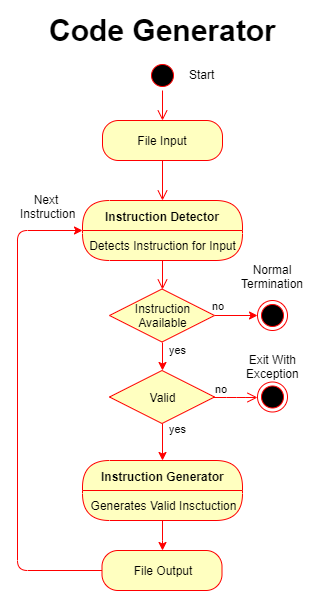
Before: Documentation/CodeGen-Flow.png, a diagram exported from draw.io (Coperh/CalculatorProject). Source tidied: cells renumbered, new cells last; positions are measured from the earlier drawing's top-left corner, leaving out a move shared by most shapes. The source it was exported from:
```xml
<mxGraphModel>
  <root>
    <mxCell id="0" />
    <mxCell id="1" parent="0" />
    <mxCell id="2" style="ellipse;html=1;shape=startState;fillColor=#000000;strokeColor=#ff0000;" parent="1" vertex="1">
      <mxGeometry x="135" y="50" width="30" height="30" as="geometry" />
    </mxCell>
    <mxCell id="3" style="edgeStyle=orthogonalEdgeStyle;html=1;verticalAlign=bottom;endArrow=open;endSize=8;strokeColor=#ff0000;" parent="1" edge="1" source="5">
      <mxGeometry relative="1" as="geometry">
        <mxPoint x="150" y="140" as="targetPoint" />
      </mxGeometry>
    </mxCell>
    <mxCell id="4" style="edgeStyle=orthogonalEdgeStyle;html=1;verticalAlign=bottom;endArrow=open;endSize=8;strokeColor=#ff0000;entryX=0.5;entryY=0;entryDx=0;entryDy=0;" parent="1" edge="1" source="5" target="7">
      <mxGeometry relative="1" as="geometry" />
    </mxCell>
    <mxCell id="5" value="File Input" style="rounded=1;whiteSpace=wrap;html=1;arcSize=40;fontColor=#000000;fillColor=#ffffc0;strokeColor=#ff0000;" parent="1" vertex="1">
      <mxGeometry x="90" y="110" width="120" height="40" as="geometry" />
    </mxCell>
    <mxCell id="6" style="edgeStyle=orthogonalEdgeStyle;html=1;verticalAlign=bottom;endArrow=open;endSize=8;strokeColor=#ff0000;" parent="1" edge="1" source="2" target="5">
      <mxGeometry relative="1" as="geometry" />
    </mxCell>
    <mxCell id="7" value="Instruction Detector" style="swimlane;html=1;fontStyle=1;align=center;verticalAlign=middle;horizontal=1;startSize=30;fontColor=#000000;rounded=1;arcSize=30;strokeColor=#ff0000;fillColor=#ffffc0;swimlaneFillColor=#ffffc0;" parent="1" vertex="1">
      <mxGeometry x="70" y="190" width="160" height="60" as="geometry" />
    </mxCell>
    <mxCell id="8" value="Detects Instruction for Input" style="text;html=1;strokeColor=none;fillColor=none;align=center;verticalAlign=middle;spacingLeft=4;spacingRight=4;whiteSpace=wrap;overflow=hidden;fontColor=#000000;" parent="7" vertex="1">
      <mxGeometry y="30" width="160" height="30" as="geometry" />
    </mxCell>
    <mxCell id="9" style="edgeStyle=orthogonalEdgeStyle;html=1;verticalAlign=bottom;endArrow=open;endSize=8;strokeColor=#ff0000;entryX=0.5;entryY=0;entryDx=0;entryDy=0;" parent="1" edge="1" source="7" target="17">
      <mxGeometry relative="1" as="geometry" />
    </mxCell>
    <mxCell id="10" value="yes" style="edgeStyle=orthogonalEdgeStyle;rounded=0;jettySize=auto;html=1;exitX=0.5;exitY=1;exitDx=0;exitDy=0;strokeColor=#FF0000;" parent="1" edge="1" source="11" target="13">
      <mxGeometry x="-0.75" y="15" relative="1" as="geometry" />
    </mxCell>
    <mxCell id="11" value="Valid" style="rhombus;whiteSpace=wrap;html=1;fillColor=#ffffc0;strokeColor=#ff0000;" parent="1" vertex="1">
      <mxGeometry x="97" y="360" width="105" height="53" as="geometry" />
    </mxCell>
    <mxCell id="12" value="no" style="edgeStyle=orthogonalEdgeStyle;html=1;align=left;verticalAlign=bottom;endArrow=open;endSize=8;strokeColor=#ff0000;entryX=0;entryY=0.5;entryDx=0;entryDy=0;" parent="1" edge="1" source="11" target="20">
      <mxGeometry x="-1" relative="1" as="geometry" />
    </mxCell>
    <mxCell id="13" value="Instruction Generator" style="swimlane;html=1;fontStyle=1;align=center;verticalAlign=middle;horizontal=1;startSize=30;fontColor=#000000;rounded=1;arcSize=30;strokeColor=#ff0000;fillColor=#ffffc0;swimlaneFillColor=#ffffc0;" parent="1" vertex="1">
      <mxGeometry x="70" y="450" width="160" height="60" as="geometry" />
    </mxCell>
    <mxCell id="14" value="Generates Valid Insctuction" style="text;html=1;strokeColor=none;fillColor=none;align=center;verticalAlign=middle;spacingLeft=4;spacingRight=4;whiteSpace=wrap;overflow=hidden;fontColor=#000000;" parent="13" vertex="1">
      <mxGeometry y="30" width="160" height="30" as="geometry" />
    </mxCell>
    <mxCell id="15" value="yes" style="edgeStyle=orthogonalEdgeStyle;rounded=0;jettySize=auto;html=1;exitX=0.5;exitY=1;exitDx=0;exitDy=0;entryX=0.5;entryY=0;entryDx=0;entryDy=0;strokeColor=#FF0000;" parent="1" edge="1" source="17" target="11">
      <mxGeometry x="-0.5" y="15" relative="1" as="geometry" />
    </mxCell>
    <mxCell id="16" value="no" style="edgeStyle=orthogonalEdgeStyle;rounded=0;jettySize=auto;html=1;exitX=1;exitY=0.5;exitDx=0;exitDy=0;strokeColor=#FF0000;entryX=0;entryY=0.5;entryDx=0;entryDy=0;" parent="1" edge="1" source="17" target="18">
      <mxGeometry x="-0.82" y="10" relative="1" as="geometry" />
    </mxCell>
    <mxCell id="17" value="Instruction&lt;br&gt;Available" style="rhombus;whiteSpace=wrap;html=1;fillColor=#ffffc0;strokeColor=#ff0000;" parent="1" vertex="1">
      <mxGeometry x="97" y="278.5" width="105" height="53" as="geometry" />
    </mxCell>
    <mxCell id="18" style="ellipse;html=1;shape=endState;fillColor=#000000;strokeColor=#ff0000;" parent="1" vertex="1">
      <mxGeometry x="245" y="290" width="30" height="30" as="geometry" />
    </mxCell>
    <mxCell id="19" value="Normal&lt;br&gt;Termination" style="text;html=1;align=center;verticalAlign=top;spacingTop=-4;" parent="1" vertex="1">
      <mxGeometry x="220" y="250" width="80" height="30" as="geometry" />
    </mxCell>
    <mxCell id="20" style="ellipse;html=1;shape=endState;fillColor=#000000;strokeColor=#ff0000;" parent="1" vertex="1">
      <mxGeometry x="245" y="371.5" width="30" height="30" as="geometry" />
    </mxCell>
    <mxCell id="21" value="Exit With&lt;br&gt;Exception" style="text;html=1;align=center;verticalAlign=top;spacingTop=-4;" parent="1" vertex="1">
      <mxGeometry x="225" y="340" width="70" height="30" as="geometry" />
    </mxCell>
    <mxCell id="22" style="edgeStyle=orthogonalEdgeStyle;rounded=1;jettySize=auto;html=1;exitX=0;exitY=0.5;exitDx=0;exitDy=0;entryX=0;entryY=0.5;entryDx=0;entryDy=0;strokeColor=#FF0000;comic=0;" parent="1" edge="1" source="23" target="7">
      <mxGeometry relative="1" as="geometry">
        <Array as="points">
          <mxPoint x="5" y="560" />
          <mxPoint x="5" y="220" />
        </Array>
      </mxGeometry>
    </mxCell>
    <mxCell id="23" value="File Output" style="rounded=1;whiteSpace=wrap;html=1;arcSize=40;fontColor=#000000;fillColor=#ffffc0;strokeColor=#ff0000;" parent="1" vertex="1">
      <mxGeometry x="89.5" y="540" width="120" height="40" as="geometry" />
    </mxCell>
    <mxCell id="24" style="edgeStyle=orthogonalEdgeStyle;rounded=0;jettySize=auto;html=1;exitX=0.5;exitY=1;exitDx=0;exitDy=0;strokeColor=#FF0000;" parent="1" edge="1" source="14" target="23">
      <mxGeometry relative="1" as="geometry" />
    </mxCell>
    <mxCell id="25" value="Next &lt;br&gt;Instruction" style="text;html=1;align=center;verticalAlign=top;spacingTop=-4;" parent="1" vertex="1">
      <mxGeometry y="180" width="70" height="30" as="geometry" />
    </mxCell>
    <mxCell id="26" value="Code Generator" style="text;html=1;align=center;verticalAlign=top;spacingTop=-4;fontSize=30;fontStyle=1;" parent="1" vertex="1">
      <mxGeometry x="100" width="100" height="20" as="geometry" />
    </mxCell>
    <mxCell id="27" value="Start" style="text;html=1;align=center;verticalAlign=top;spacingTop=-4;" parent="1" vertex="1">
      <mxGeometry x="169.5" y="55" width="40" height="20" as="geometry" />
    </mxCell>
  </root>
</mxGraphModel>
```
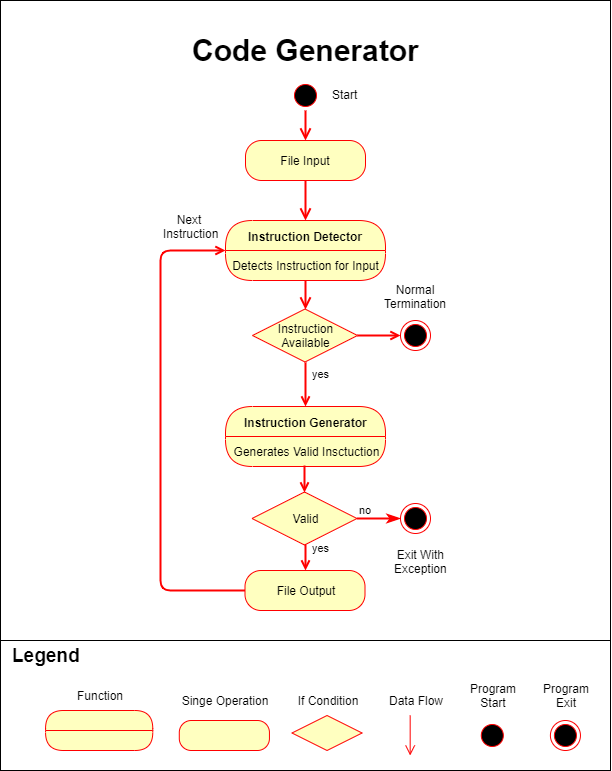
After the commit.

What changed in the source:
```diff
@@ -2,6 +2,9 @@
   <root>
     <mxCell id="0" />
     <mxCell id="1" parent="0" />
+    <mxCell id="28" style="rounded=0;whiteSpace=wrap;html=1;" parent="1" vertex="1">
+      <mxGeometry x="-155" y="-30" width="610" height="770" as="geometry" />
+    </mxCell>
     <mxCell id="2" style="ellipse;html=1;shape=startState;fillColor=#000000;strokeColor=#ff0000;" parent="1" vertex="1">
       <mxGeometry x="135" y="50" width="30" height="30" as="geometry" />
     </mxCell>
@@ -10,13 +13,13 @@
         <mxPoint x="150" y="140" as="targetPoint" />
       </mxGeometry>
     </mxCell>
-    <mxCell id="4" style="edgeStyle=orthogonalEdgeStyle;html=1;verticalAlign=bottom;endArrow=open;endSize=8;strokeColor=#ff0000;entryX=0.5;entryY=0;entryDx=0;entryDy=0;" parent="1" edge="1" source="5" target="7">
+    <mxCell id="4" style="edgeStyle=orthogonalEdgeStyle;html=1;verticalAlign=bottom;endArrow=open;endSize=8;strokeColor=#ff0000;entryX=0.5;entryY=0;entryDx=0;entryDy=0;strokeWidth=2;" parent="1" edge="1" source="5" target="7">
       <mxGeometry relative="1" as="geometry" />
     </mxCell>
     <mxCell id="5" value="File Input" style="rounded=1;whiteSpace=wrap;html=1;arcSize=40;fontColor=#000000;fillColor=#ffffc0;strokeColor=#ff0000;" parent="1" vertex="1">
       <mxGeometry x="90" y="110" width="120" height="40" as="geometry" />
     </mxCell>
-    <mxCell id="6" style="edgeStyle=orthogonalEdgeStyle;html=1;verticalAlign=bottom;endArrow=open;endSize=8;strokeColor=#ff0000;" parent="1" edge="1" source="2" target="5">
+    <mxCell id="6" style="edgeStyle=orthogonalEdgeStyle;html=1;verticalAlign=bottom;endArrow=open;endSize=8;strokeColor=#ff0000;strokeWidth=2;" parent="1" edge="1" source="2" target="5">
       <mxGeometry relative="1" as="geometry" />
     </mxCell>
     <mxCell id="7" value="Instruction Detector" style="swimlane;html=1;fontStyle=1;align=center;verticalAlign=middle;horizontal=1;startSize=30;fontColor=#000000;rounded=1;arcSize=30;strokeColor=#ff0000;fillColor=#ffffc0;swimlaneFillColor=#ffffc0;" parent="1" vertex="1">
@@ -25,29 +28,32 @@
     <mxCell id="8" value="Detects Instruction for Input" style="text;html=1;strokeColor=none;fillColor=none;align=center;verticalAlign=middle;spacingLeft=4;spacingRight=4;whiteSpace=wrap;overflow=hidden;fontColor=#000000;" parent="7" vertex="1">
       <mxGeometry y="30" width="160" height="30" as="geometry" />
     </mxCell>
-    <mxCell id="9" style="edgeStyle=orthogonalEdgeStyle;html=1;verticalAlign=bottom;endArrow=open;endSize=8;strokeColor=#ff0000;entryX=0.5;entryY=0;entryDx=0;entryDy=0;" parent="1" edge="1" source="7" target="17">
+    <mxCell id="9" style="edgeStyle=orthogonalEdgeStyle;html=1;verticalAlign=bottom;endArrow=open;endSize=8;strokeColor=#ff0000;entryX=0.5;entryY=0;entryDx=0;entryDy=0;strokeWidth=2;" parent="1" edge="1" source="7" target="17">
       <mxGeometry relative="1" as="geometry" />
     </mxCell>
-    <mxCell id="10" value="yes" style="edgeStyle=orthogonalEdgeStyle;rounded=0;jettySize=auto;html=1;exitX=0.5;exitY=1;exitDx=0;exitDy=0;strokeColor=#FF0000;" parent="1" edge="1" source="11" target="13">
+    <mxCell id="10" value="yes" style="edgeStyle=orthogonalEdgeStyle;rounded=0;jettySize=auto;html=1;exitX=0.5;exitY=1;exitDx=0;exitDy=0;strokeColor=#FF0000;entryX=0.5;entryY=0;entryDx=0;entryDy=0;strokeWidth=2;endArrow=open;endFill=0;" parent="1" edge="1" source="11" target="23">
       <mxGeometry x="-0.75" y="15" relative="1" as="geometry" />
     </mxCell>
     <mxCell id="11" value="Valid" style="rhombus;whiteSpace=wrap;html=1;fillColor=#ffffc0;strokeColor=#ff0000;" parent="1" vertex="1">
-      <mxGeometry x="97" y="360" width="105" height="53" as="geometry" />
+      <mxGeometry x="96.5" y="461.5" width="105" height="53" as="geometry" />
     </mxCell>
-    <mxCell id="12" value="no" style="edgeStyle=orthogonalEdgeStyle;html=1;align=left;verticalAlign=bottom;endArrow=open;endSize=8;strokeColor=#ff0000;entryX=0;entryY=0.5;entryDx=0;entryDy=0;" parent="1" edge="1" source="11" target="20">
+    <mxCell id="12" value="no" style="edgeStyle=orthogonalEdgeStyle;html=1;align=left;verticalAlign=bottom;endArrow=classicThin;endSize=8;strokeColor=#ff0000;entryX=0;entryY=0.5;entryDx=0;entryDy=0;strokeWidth=2;endFill=1;" parent="1" edge="1" source="11" target="20">
       <mxGeometry x="-1" relative="1" as="geometry" />
     </mxCell>
     <mxCell id="13" value="Instruction Generator" style="swimlane;html=1;fontStyle=1;align=center;verticalAlign=middle;horizontal=1;startSize=30;fontColor=#000000;rounded=1;arcSize=30;strokeColor=#ff0000;fillColor=#ffffc0;swimlaneFillColor=#ffffc0;" parent="1" vertex="1">
-      <mxGeometry x="70" y="450" width="160" height="60" as="geometry" />
+      <mxGeometry x="70" y="376" width="160" height="60" as="geometry" />
     </mxCell>
     <mxCell id="14" value="Generates Valid Insctuction" style="text;html=1;strokeColor=none;fillColor=none;align=center;verticalAlign=middle;spacingLeft=4;spacingRight=4;whiteSpace=wrap;overflow=hidden;fontColor=#000000;" parent="13" vertex="1">
       <mxGeometry y="30" width="160" height="30" as="geometry" />
     </mxCell>
+    <mxCell id="29" value="Generates Valid Insctuction" style="text;html=1;strokeColor=none;fillColor=none;align=center;verticalAlign=middle;spacingLeft=4;spacingRight=4;whiteSpace=wrap;overflow=hidden;fontColor=#000000;" parent="13" vertex="1">
+      <mxGeometry y="60" width="160" as="geometry" />
+    </mxCell>
-    <mxCell id="15" value="yes" style="edgeStyle=orthogonalEdgeStyle;rounded=0;jettySize=auto;html=1;exitX=0.5;exitY=1;exitDx=0;exitDy=0;entryX=0.5;entryY=0;entryDx=0;entryDy=0;strokeColor=#FF0000;" parent="1" edge="1" source="17" target="11">
+    <mxCell id="15" value="yes" style="edgeStyle=orthogonalEdgeStyle;rounded=0;jettySize=auto;html=1;exitX=0.5;exitY=1;exitDx=0;exitDy=0;entryX=0.5;entryY=0;entryDx=0;entryDy=0;strokeColor=#FF0000;strokeWidth=2;endArrow=open;endFill=0;" parent="1" edge="1" source="17" target="13">
       <mxGeometry x="-0.5" y="15" relative="1" as="geometry" />
     </mxCell>
-    <mxCell id="16" value="no" style="edgeStyle=orthogonalEdgeStyle;rounded=0;jettySize=auto;html=1;exitX=1;exitY=0.5;exitDx=0;exitDy=0;strokeColor=#FF0000;entryX=0;entryY=0.5;entryDx=0;entryDy=0;" parent="1" edge="1" source="17" target="18">
-      <mxGeometry x="-0.82" y="10" relative="1" as="geometry" />
+    <mxCell id="16" style="edgeStyle=orthogonalEdgeStyle;rounded=0;jettySize=auto;html=1;exitX=1;exitY=0.5;exitDx=0;exitDy=0;entryX=0;entryY=0.5;entryDx=0;entryDy=0;endArrow=open;endFill=0;strokeColor=#FF0000;strokeWidth=2;" parent="1" edge="1" source="17" target="18">
+      <mxGeometry relative="1" as="geometry" />
     </mxCell>
     <mxCell id="17" value="Instruction&lt;br&gt;Available" style="rhombus;whiteSpace=wrap;html=1;fillColor=#ffffc0;strokeColor=#ff0000;" parent="1" vertex="1">
       <mxGeometry x="97" y="278.5" width="105" height="53" as="geometry" />
@@ -59,12 +65,12 @@
       <mxGeometry x="220" y="250" width="80" height="30" as="geometry" />
     </mxCell>
     <mxCell id="20" style="ellipse;html=1;shape=endState;fillColor=#000000;strokeColor=#ff0000;" parent="1" vertex="1">
-      <mxGeometry x="245" y="371.5" width="30" height="30" as="geometry" />
+      <mxGeometry x="245" y="473" width="30" height="30" as="geometry" />
     </mxCell>
     <mxCell id="21" value="Exit With&lt;br&gt;Exception" style="text;html=1;align=center;verticalAlign=top;spacingTop=-4;" parent="1" vertex="1">
-      <mxGeometry x="225" y="340" width="70" height="30" as="geometry" />
+      <mxGeometry x="230" y="514.5" width="70" height="30" as="geometry" />
     </mxCell>
-    <mxCell id="22" style="edgeStyle=orthogonalEdgeStyle;rounded=1;jettySize=auto;html=1;exitX=0;exitY=0.5;exitDx=0;exitDy=0;entryX=0;entryY=0.5;entryDx=0;entryDy=0;strokeColor=#FF0000;comic=0;" parent="1" edge="1" source="23" target="7">
+    <mxCell id="22" style="edgeStyle=orthogonalEdgeStyle;rounded=1;jettySize=auto;html=1;exitX=0;exitY=0.5;exitDx=0;exitDy=0;entryX=0;entryY=0.5;entryDx=0;entryDy=0;strokeColor=#FF0000;comic=0;strokeWidth=2;endArrow=open;endFill=0;" parent="1" edge="1" source="23" target="7">
       <mxGeometry relative="1" as="geometry">
         <Array as="points">
           <mxPoint x="5" y="560" />
@@ -75,9 +81,6 @@
     <mxCell id="23" value="File Output" style="rounded=1;whiteSpace=wrap;html=1;arcSize=40;fontColor=#000000;fillColor=#ffffc0;strokeColor=#ff0000;" parent="1" vertex="1">
       <mxGeometry x="89.5" y="540" width="120" height="40" as="geometry" />
     </mxCell>
-    <mxCell id="24" style="edgeStyle=orthogonalEdgeStyle;rounded=0;jettySize=auto;html=1;exitX=0.5;exitY=1;exitDx=0;exitDy=0;strokeColor=#FF0000;" parent="1" edge="1" source="14" target="23">
-      <mxGeometry relative="1" as="geometry" />
-    </mxCell>
     <mxCell id="25" value="Next &lt;br&gt;Instruction" style="text;html=1;align=center;verticalAlign=top;spacingTop=-4;" parent="1" vertex="1">
       <mxGeometry y="180" width="70" height="30" as="geometry" />
     </mxCell>
@@ -87,5 +90,56 @@
     <mxCell id="27" value="Start" style="text;html=1;align=center;verticalAlign=top;spacingTop=-4;" parent="1" vertex="1">
       <mxGeometry x="169.5" y="55" width="40" height="20" as="geometry" />
     </mxCell>
+    <mxCell id="30" style="group;strokeColor=none;" parent="1" vertex="1">
+      <mxGeometry x="-155" y="610" width="610" height="130" as="geometry" />
+    </mxCell>
+    <mxCell id="31" style="rounded=0;whiteSpace=wrap;html=1;" parent="30" vertex="1">
+      <mxGeometry width="610" height="130" as="geometry" />
+    </mxCell>
+    <mxCell id="32" style="swimlane;html=1;fontStyle=1;align=center;verticalAlign=middle;horizontal=1;startSize=20;fontColor=#000000;rounded=1;arcSize=30;strokeColor=#ff0000;fillColor=#ffffc0;swimlaneFillColor=#ffffc0;" parent="30" vertex="1">
+      <mxGeometry x="45.1" y="70" width="107.2" height="40" as="geometry" />
+    </mxCell>
+    <mxCell id="33" style="ellipse;html=1;shape=endState;fillColor=#000000;strokeColor=#ff0000;" parent="30" vertex="1">
+      <mxGeometry x="549.9" y="80" width="30" height="30" as="geometry" />
+    </mxCell>
+    <mxCell id="34" style="ellipse;html=1;shape=startState;fillColor=#000000;strokeColor=#ff0000;" parent="30" vertex="1">
+      <mxGeometry x="476.8" y="80" width="30" height="30" as="geometry" />
+    </mxCell>
+    <mxCell id="35" style="rounded=1;whiteSpace=wrap;html=1;arcSize=40;fontColor=#000000;fillColor=#ffffc0;strokeColor=#ff0000;" parent="30" vertex="1">
+      <mxGeometry x="178.8" y="80" width="90.1" height="30" as="geometry" />
+    </mxCell>
+    <mxCell id="36" style="rhombus;whiteSpace=wrap;html=1;fillColor=#ffffc0;strokeColor=#ff0000;" parent="30" vertex="1">
+      <mxGeometry x="291.5" y="75" width="70.1" height="35" as="geometry" />
+    </mxCell>
+    <mxCell id="37" style="edgeStyle=orthogonalEdgeStyle;html=1;verticalAlign=bottom;endArrow=open;endSize=8;strokeColor=#ff0000;" parent="30" edge="1">
+      <mxGeometry relative="1" as="geometry">
+        <mxPoint x="409.7" y="75" as="sourcePoint" />
+        <mxPoint x="409.7" y="115" as="targetPoint" />
+      </mxGeometry>
+    </mxCell>
+    <mxCell id="38" value="&lt;b&gt;&lt;font style=&quot;font-size: 19px&quot;&gt;Legend&lt;/font&gt;&lt;/b&gt;" style="text;html=1;strokeColor=none;fillColor=none;align=left;verticalAlign=middle;whiteSpace=wrap;rounded=0;" parent="30" vertex="1">
+      <mxGeometry x="9.5" width="169.3" height="30" as="geometry" />
+    </mxCell>
+    <mxCell id="39" value="Function" style="text;html=1;strokeColor=none;fillColor=none;align=center;verticalAlign=middle;whiteSpace=wrap;rounded=0;" parent="30" vertex="1">
+      <mxGeometry x="53.6" y="45" width="90.1" height="20" as="geometry" />
+    </mxCell>
+    <mxCell id="40" value="Singe Operation" style="text;html=1;strokeColor=none;fillColor=none;align=center;verticalAlign=middle;whiteSpace=wrap;rounded=0;" parent="30" vertex="1">
+      <mxGeometry x="178.8" y="50" width="90.1" height="20" as="geometry" />
+    </mxCell>
+    <mxCell id="41" value="If Condition" style="text;html=1;strokeColor=none;fillColor=none;align=center;verticalAlign=middle;whiteSpace=wrap;rounded=0;" parent="30" vertex="1">
+      <mxGeometry x="281.5" y="50" width="90.1" height="20" as="geometry" />
+    </mxCell>
+    <mxCell id="42" value="Data Flow" style="text;html=1;strokeColor=none;fillColor=none;align=center;verticalAlign=middle;whiteSpace=wrap;rounded=0;" parent="30" vertex="1">
+      <mxGeometry x="377.6" y="50" width="74.1" height="20" as="geometry" />
+    </mxCell>
+    <mxCell id="43" value="Program&lt;br&gt;Start" style="text;html=1;strokeColor=none;fillColor=none;align=center;verticalAlign=middle;whiteSpace=wrap;rounded=0;" parent="30" vertex="1">
+      <mxGeometry x="454.7" y="40" width="74.1" height="30" as="geometry" />
+    </mxCell>
+    <mxCell id="44" value="Program&lt;br&gt;Exit" style="text;html=1;strokeColor=none;fillColor=none;align=center;verticalAlign=middle;whiteSpace=wrap;rounded=0;" parent="30" vertex="1">
+      <mxGeometry x="527.9" y="40" width="74.1" height="30" as="geometry" />
+    </mxCell>
+    <mxCell id="45" style="edgeStyle=orthogonalEdgeStyle;rounded=0;jettySize=auto;html=1;exitX=0.5;exitY=1;exitDx=0;exitDy=0;entryX=0.5;entryY=0;entryDx=0;entryDy=0;strokeColor=#FF0000;strokeWidth=2;endArrow=open;endFill=0;" parent="1" edge="1" source="14" target="11">
+      <mxGeometry relative="1" as="geometry" />
+    </mxCell>
   </root>
 </mxGraphModel>
```
